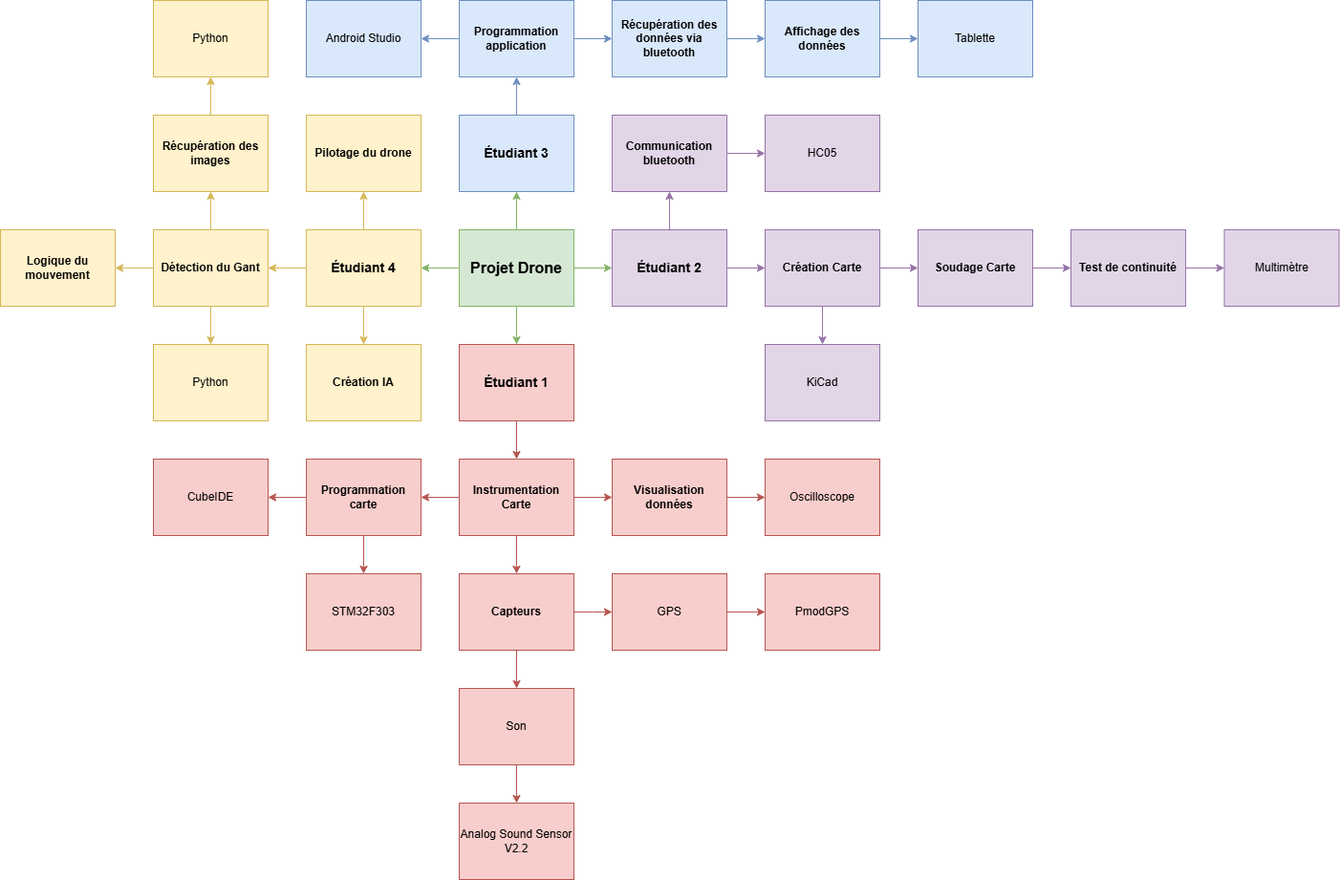
The draw.io diagram Documents/Images/Carte mentale.png in Letsuchinoko/Projet_Drone, before a commit. Source tidied: cells renumbered, new cells last; positions are measured from the earlier drawing's top-left corner, leaving out a move shared by most shapes.
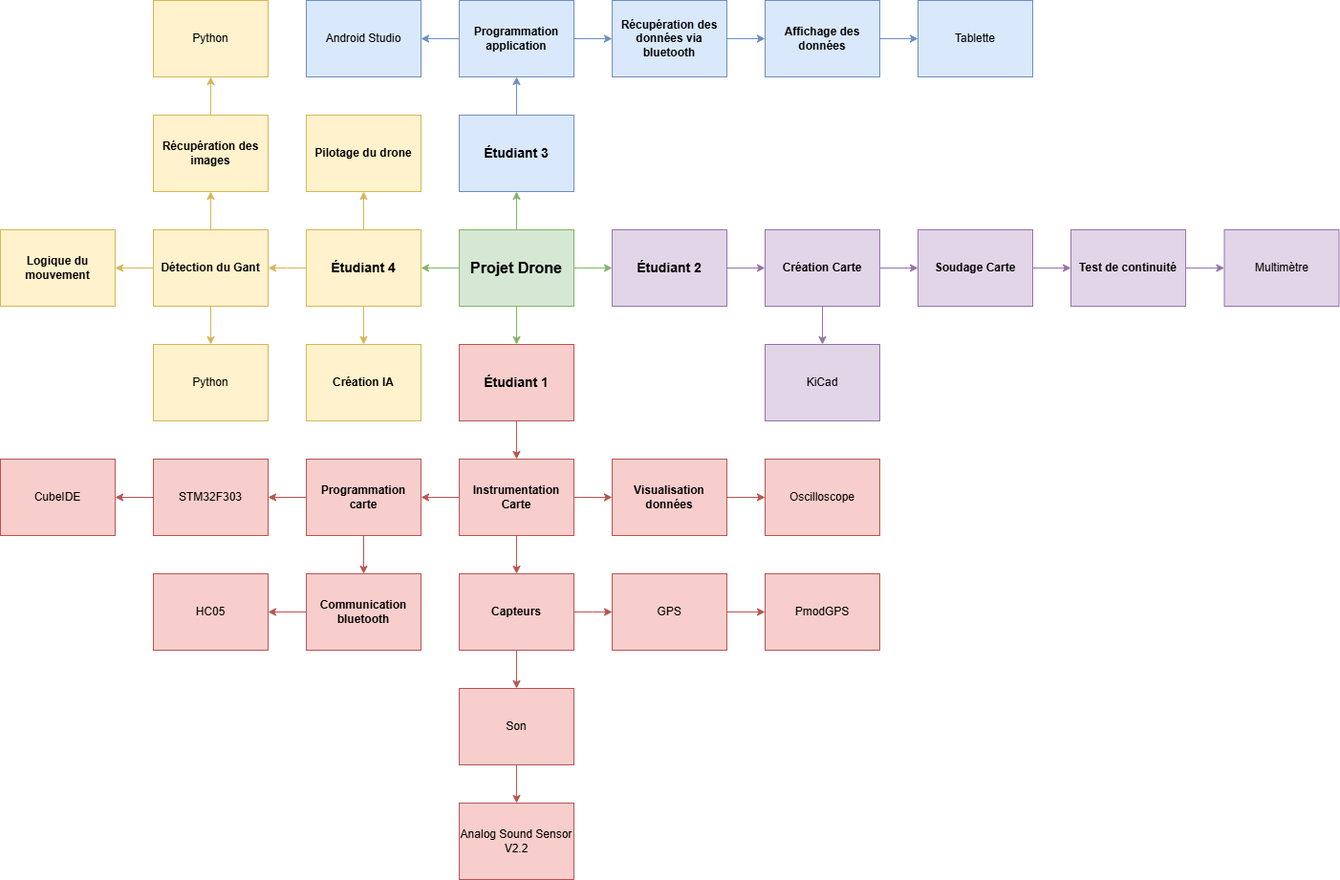
After the change.

The edit, as a diff of the source:
```diff
@@ -20,9 +20,6 @@
     <mxCell id="7" style="edgeStyle=orthogonalEdgeStyle;rounded=0;jettySize=auto;html=1;fillColor=#e1d5e7;strokeColor=#9673a6;" parent="1" edge="1" source="9" target="25">
       <mxGeometry relative="1" as="geometry" />
     </mxCell>
-    <mxCell id="8" style="edgeStyle=orthogonalEdgeStyle;rounded=0;jettySize=auto;html=1;fillColor=#e1d5e7;strokeColor=#9673a6;" parent="1" edge="1" source="9" target="37">
-      <mxGeometry relative="1" as="geometry" />
-    </mxCell>
     <mxCell id="9" value="&lt;b&gt;&lt;font style=&quot;font-size: 14px;&quot;&gt;Étudiant 2&lt;/font&gt;&lt;/b&gt;" style="rounded=0;whiteSpace=wrap;html=1;fillColor=#e1d5e7;strokeColor=#9673a6;" parent="1" vertex="1">
       <mxGeometry x="640" y="240" width="120" height="80" as="geometry" />
     </mxCell>
@@ -114,14 +111,14 @@
     <mxCell id="35" value="PmodGPS" style="rounded=0;whiteSpace=wrap;html=1;fillColor=#f8cecc;strokeColor=#b85450;" parent="1" vertex="1">
       <mxGeometry x="800" y="600" width="120" height="80" as="geometry" />
     </mxCell>
-    <mxCell id="36" style="edgeStyle=orthogonalEdgeStyle;rounded=0;jettySize=auto;html=1;fillColor=#e1d5e7;strokeColor=#9673a6;" parent="1" edge="1" source="37" target="38">
+    <mxCell id="36" style="edgeStyle=orthogonalEdgeStyle;rounded=0;jettySize=auto;html=1;exitX=0;exitY=0.5;exitDx=0;exitDy=0;entryX=1;entryY=0.5;entryDx=0;entryDy=0;fillColor=#f8cecc;strokeColor=#b85450;" parent="1" edge="1" source="37" target="38">
       <mxGeometry relative="1" as="geometry" />
     </mxCell>
-    <mxCell id="37" value="&lt;b&gt;Communication bluetooth&lt;/b&gt;" style="rounded=0;whiteSpace=wrap;html=1;fillColor=#e1d5e7;strokeColor=#9673a6;" parent="1" vertex="1">
-      <mxGeometry x="640" y="120" width="120" height="80" as="geometry" />
+    <mxCell id="37" value="&lt;b&gt;Communication bluetooth&lt;/b&gt;" style="rounded=0;whiteSpace=wrap;html=1;fillColor=#f8cecc;strokeColor=#b85450;" parent="1" vertex="1">
+      <mxGeometry x="320" y="600" width="120" height="80" as="geometry" />
     </mxCell>
-    <mxCell id="38" value="HC05" style="rounded=0;whiteSpace=wrap;html=1;fillColor=#e1d5e7;strokeColor=#9673a6;" parent="1" vertex="1">
-      <mxGeometry x="800" y="120" width="120" height="80" as="geometry" />
+    <mxCell id="38" value="HC05" style="rounded=0;whiteSpace=wrap;html=1;fillColor=#f8cecc;strokeColor=#b85450;" parent="1" vertex="1">
+      <mxGeometry x="160" y="600" width="120" height="80" as="geometry" />
     </mxCell>
     <mxCell id="39" value="KiCad" style="rounded=0;whiteSpace=wrap;html=1;fillColor=#e1d5e7;strokeColor=#9673a6;" parent="1" vertex="1">
       <mxGeometry x="800" y="360" width="120" height="80" as="geometry" />
@@ -138,17 +135,20 @@
     <mxCell id="43" style="edgeStyle=orthogonalEdgeStyle;rounded=0;jettySize=auto;html=1;fillColor=#f8cecc;strokeColor=#b85450;" parent="1" edge="1" source="45" target="46">
       <mxGeometry relative="1" as="geometry" />
     </mxCell>
-    <mxCell id="44" style="edgeStyle=orthogonalEdgeStyle;rounded=0;jettySize=auto;html=1;fillColor=#f8cecc;strokeColor=#b85450;" parent="1" edge="1" source="45" target="47">
-      <mxGeometry relative="1" as="geometry" />
-    </mxCell>
+    <mxCell id="71" style="edgeStyle=orthogonalEdgeStyle;rounded=0;jettySize=auto;html=1;exitX=0.5;exitY=1;exitDx=0;exitDy=0;entryX=0.5;entryY=0;entryDx=0;entryDy=0;fillColor=#f8cecc;strokeColor=#b85450;" parent="1" edge="1" source="45" target="37">
+      <mxGeometry relative="1" as="geometry" />
+    </mxCell>
     <mxCell id="45" value="&lt;b&gt;Programmation carte&lt;/b&gt;" style="rounded=0;whiteSpace=wrap;html=1;fillColor=#f8cecc;strokeColor=#b85450;" parent="1" vertex="1">
       <mxGeometry x="320" y="480" width="120" height="80" as="geometry" />
     </mxCell>
+    <mxCell id="72" style="edgeStyle=orthogonalEdgeStyle;rounded=0;jettySize=auto;html=1;fillColor=#f8cecc;strokeColor=#b85450;" parent="1" edge="1" source="46" target="47">
+      <mxGeometry relative="1" as="geometry" />
+    </mxCell>
     <mxCell id="46" value="STM32F303" style="rounded=0;whiteSpace=wrap;html=1;fillColor=#f8cecc;strokeColor=#b85450;" parent="1" vertex="1">
-      <mxGeometry x="320" y="600" width="120" height="80" as="geometry" />
+      <mxGeometry x="160" y="480" width="120" height="80" as="geometry" />
     </mxCell>
     <mxCell id="47" value="CubeIDE" style="rounded=0;whiteSpace=wrap;html=1;fillColor=#f8cecc;strokeColor=#b85450;" parent="1" vertex="1">
-      <mxGeometry x="160" y="480" width="120" height="80" as="geometry" />
+      <mxGeometry y="480" width="120" height="80" as="geometry" />
     </mxCell>
     <mxCell id="48" style="edgeStyle=orthogonalEdgeStyle;rounded=0;jettySize=auto;html=1;fillColor=#fff2cc;strokeColor=#d6b656;" parent="1" edge="1" source="51" target="52">
       <mxGeometry relative="1" as="geometry" />
```
